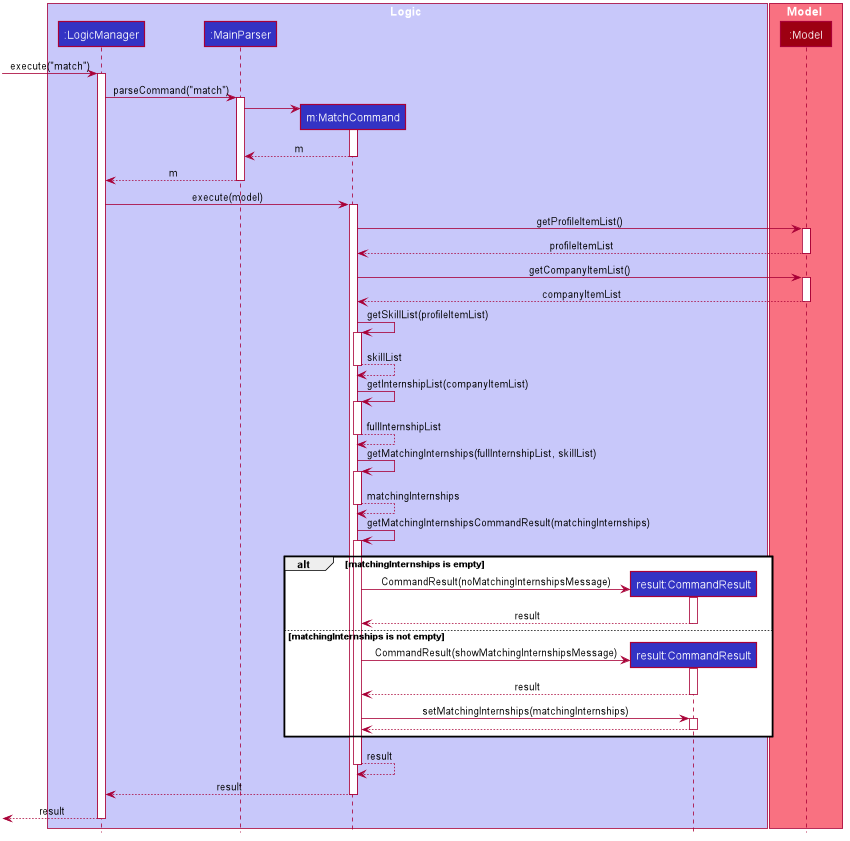
Before: docs/images/MatchCommandSequenceDiagram.png, a diagram exported from PlantUML (shawn-nyk/tp).
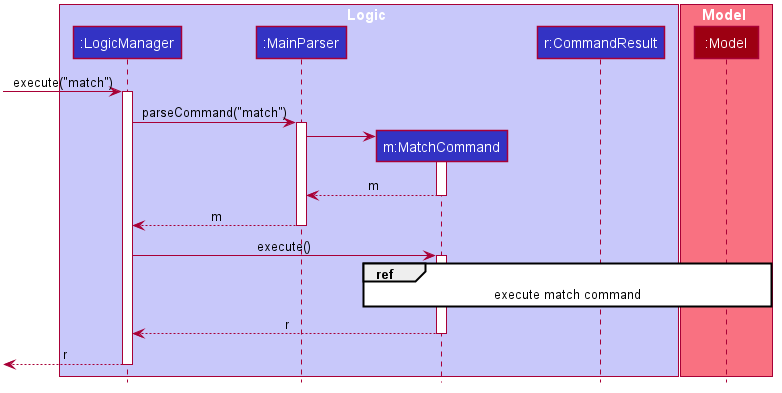
After the commit.

Commit message:
Update sequence diagrams in developer guide

What changed in the source:
```diff
@@ -10,6 +10,8 @@
 skinparam BackgroundColor #FFFFFFF
 
 skinparam Shadowing false
+
+skinparam classAttributeIconSize 0
 
 skinparam Class {
     FontColor #FFFFFF
@@ -45,14 +47,13 @@
 skinparam packageStyle Rectangle
 
 hide footbox
-hide members
 hide circle
 
 box Logic #C8C8FA
 participant ":LogicManager" as LogicManager #3333C4
 participant ":MainParser" as MainParser #3333C4
 participant "m:MatchCommand" as MatchCommand #3333C4
-participant "result:CommandResult" as CommandResult #3333C4
+participant "r:CommandResult" as CommandResult #3333C4
 end box
 
 autoactivate on
@@ -72,49 +73,11 @@
 
 MainParser --> LogicManager : m
 
-LogicManager -> MatchCommand : execute(model)
+LogicManager -> MatchCommand : execute()
 
-MatchCommand -> Model : getProfileItemList()
+ref over MatchCommand, Model : execute match command
 
-Model --> MatchCommand : profileItemList
+MatchCommand --> LogicManager : r
 
-MatchCommand -> Model : getCompanyItemList()
-
-Model --> MatchCommand : companyItemList
-
-MatchCommand -> MatchCommand : getSkillList(profileItemList)
-
-return skillList
-
-MatchCommand -> MatchCommand : getInternshipList(companyItemList)
-
-return fullInternshipList
-
-MatchCommand -> MatchCommand : getMatchingInternships(fullInternshipList, skillList)
-
-return matchingInternships
-
-MatchCommand -> MatchCommand : getMatchingInternshipsCommandResult(matchingInternships)
-
-alt matchingInternships is empty
-
-    create CommandResult
-    MatchCommand -> CommandResult : CommandResult(noMatchingInternshipsMessage)
-    CommandResult --> MatchCommand : result
-
-else matchingInternships is not empty
-
-    create CommandResult
-    MatchCommand -> CommandResult : CommandResult(showMatchingInternshipsMessage)
-    CommandResult --> MatchCommand : result
-    MatchCommand -> CommandResult : setMatchingInternships(matchingInternships)
-    CommandResult --> MatchCommand
-
-end
-
-return result
-
-MatchCommand --> LogicManager : result
-
-[<--LogicManager : result
+[<--LogicManager : r
 @enduml
```
